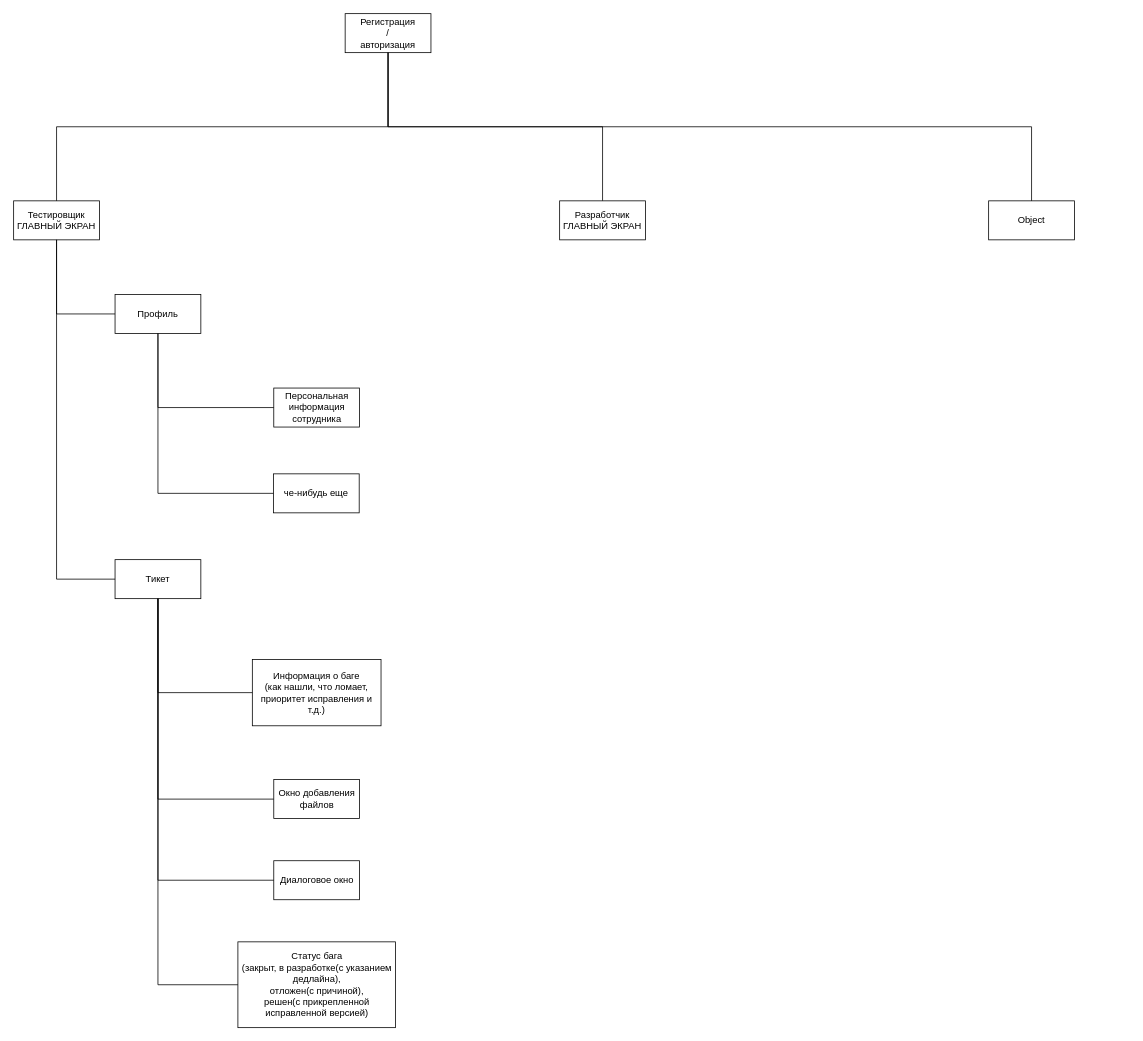
The draw.io diagram Варианты использования вер.3.drawio in PrinceOfRaven/Bag-report-system, before the edit. Source tidied: cells renumbered, new cells numbered last; positions are measured from the earlier drawing's top-left corner, leaving out a move shared by most shapes. Both pictures are drawn from the tidied source at 78%, with x=0, y=0 at pixel (13, 13).
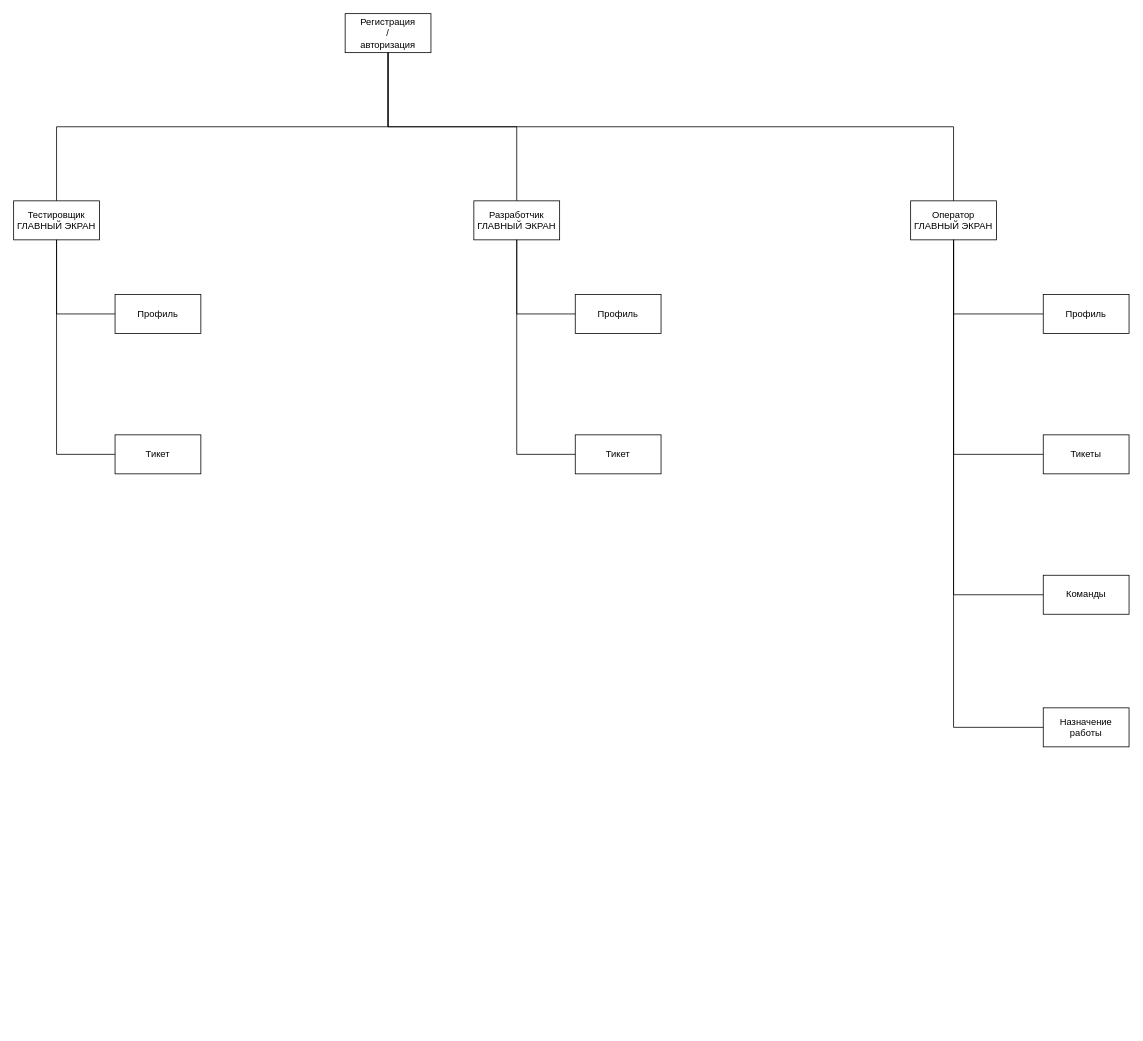
The same page after the edit.

Commit message:
Варианты использования вер.2

The change refers to these unchanged cells:
```xml
<mxCell id="9" value="Профиль" style="html=1;whiteSpace=wrap;" parent="1" vertex="1">
  <mxGeometry x="130" y="360" width="110" height="50" as="geometry" />
</mxCell>
```

The edit, as a diff of the source:
```diff
@@
     <mxCell id="5" value="Разработчик&lt;br&gt;ГЛАВНЫЙ ЭКРАН" style="html=1;whiteSpace=wrap;" parent="1" vertex="1">
-      <mxGeometry x="700" y="240" width="110" height="50" as="geometry" />
+      <mxGeometry x="590" y="240" width="110" height="50" as="geometry" />
     </mxCell>
-    <mxCell id="6" value="Object" style="html=1;whiteSpace=wrap;" parent="1" vertex="1">
-      <mxGeometry x="1250" y="240" width="110" height="50" as="geometry" />
+    <mxCell id="6" value="Оператор&lt;br&gt;ГЛАВНЫЙ ЭКРАН" style="html=1;whiteSpace=wrap;" parent="1" vertex="1">
+      <mxGeometry x="1150" y="240" width="110" height="50" as="geometry" />
     </mxCell>
@@
     <mxCell id="10" value="Тикет" style="html=1;whiteSpace=wrap;" parent="1" vertex="1">
-      <mxGeometry x="130" y="700" width="110" height="50" as="geometry" />
+      <mxGeometry x="130" y="540" width="110" height="50" as="geometry" />
     </mxCell>
@@
-    <mxCell id="13" value="Информация о баге&lt;br&gt;(как нашли, что ломает, приоритет исправления и т.д.)" style="html=1;whiteSpace=wrap;" parent="1" vertex="1">
-      <mxGeometry x="306" y="828" width="165" height="85" as="geometry" />
-    </mxCell>
-    <mxCell id="14" value="Окно добавления файлов" style="html=1;whiteSpace=wrap;" parent="1" vertex="1">
-      <mxGeometry x="333.5" y="982" width="110" height="50" as="geometry" />
-    </mxCell>
-    <mxCell id="15" style="endArrow=none;html=1;rounded=0;entryX=0.5;entryY=1;entryDx=0;entryDy=0;exitX=0;exitY=0.5;exitDx=0;exitDy=0;edgeStyle=orthogonalEdgeStyle;" parent="1" edge="1" source="14" target="10">
-      <mxGeometry relative="1" as="geometry" />
-    </mxCell>
-    <mxCell id="16" style="endArrow=none;html=1;rounded=0;entryX=0.5;entryY=1;entryDx=0;entryDy=0;exitX=0;exitY=0.5;exitDx=0;exitDy=0;edgeStyle=orthogonalEdgeStyle;" parent="1" edge="1" source="13" target="10">
-      <mxGeometry relative="1" as="geometry" />
-    </mxCell>
-    <mxCell id="17" value="Диалоговое окно" style="html=1;whiteSpace=wrap;" parent="1" vertex="1">
-      <mxGeometry x="333.5" y="1086" width="110" height="50" as="geometry" />
-    </mxCell>
-    <mxCell id="18" style="endArrow=none;html=1;rounded=0;entryX=0.5;entryY=1;entryDx=0;entryDy=0;exitX=0;exitY=0.5;exitDx=0;exitDy=0;edgeStyle=orthogonalEdgeStyle;" parent="1" edge="1" source="17" target="10">
-      <mxGeometry relative="1" as="geometry" />
-    </mxCell>
-    <mxCell id="19" value="Статус бага&lt;div&gt;(закрыт, в разработке(с указанием дедлайна),&lt;br&gt;отложен(с причиной),&lt;br&gt;решен(с прикрепленной исправленной версией)&lt;/div&gt;" style="html=1;whiteSpace=wrap;" parent="1" vertex="1">
-      <mxGeometry x="287.5" y="1190" width="202" height="110" as="geometry" />
-    </mxCell>
-    <mxCell id="20" style="endArrow=none;html=1;rounded=0;entryX=0.5;entryY=1;entryDx=0;entryDy=0;exitX=0;exitY=0.5;exitDx=0;exitDy=0;edgeStyle=orthogonalEdgeStyle;" parent="1" edge="1" source="19" target="10">
-      <mxGeometry relative="1" as="geometry" />
-    </mxCell>
-    <mxCell id="21" value="Персональная информация сотрудника" style="html=1;whiteSpace=wrap;" parent="1" vertex="1">
-      <mxGeometry x="333.5" y="480" width="110" height="50" as="geometry" />
-    </mxCell>
-    <mxCell id="22" style="endArrow=none;html=1;rounded=0;entryX=0.5;entryY=1;entryDx=0;entryDy=0;exitX=0;exitY=0.5;exitDx=0;exitDy=0;edgeStyle=orthogonalEdgeStyle;" parent="1" edge="1" source="21" target="9">
-      <mxGeometry relative="1" as="geometry" />
-    </mxCell>
-    <mxCell id="23" value="че-нибудь еще" style="html=1;whiteSpace=wrap;" parent="1" vertex="1">
-      <mxGeometry x="333" y="590" width="110" height="50" as="geometry" />
-    </mxCell>
-    <mxCell id="24" style="endArrow=none;html=1;rounded=0;entryX=0.5;entryY=1;entryDx=0;entryDy=0;exitX=0;exitY=0.5;exitDx=0;exitDy=0;edgeStyle=orthogonalEdgeStyle;" parent="1" edge="1" source="23" target="9">
-      <mxGeometry relative="1" as="geometry" />
-    </mxCell>
+    <mxCell id="25" value="Профиль" style="html=1;whiteSpace=wrap;" parent="1" vertex="1">
+      <mxGeometry x="720" y="360" width="110" height="50" as="geometry" />
+    </mxCell>
+    <mxCell id="26" style="endArrow=none;html=1;rounded=0;entryX=0.5;entryY=1;entryDx=0;entryDy=0;exitX=0;exitY=0.5;exitDx=0;exitDy=0;edgeStyle=orthogonalEdgeStyle;" parent="1" edge="1" source="25" target="5">
+      <mxGeometry relative="1" as="geometry" />
+    </mxCell>
+    <mxCell id="27" value="Тикет" style="html=1;whiteSpace=wrap;" parent="1" vertex="1">
+      <mxGeometry x="720" y="540" width="110" height="50" as="geometry" />
+    </mxCell>
+    <mxCell id="28" style="endArrow=none;html=1;rounded=0;entryX=0.5;entryY=1;entryDx=0;entryDy=0;exitX=0;exitY=0.5;exitDx=0;exitDy=0;edgeStyle=orthogonalEdgeStyle;" parent="1" edge="1" source="27" target="5">
+      <mxGeometry relative="1" as="geometry" />
+    </mxCell>
+    <mxCell id="29" value="Профиль" style="html=1;whiteSpace=wrap;" parent="1" vertex="1">
+      <mxGeometry x="1320" y="360" width="110" height="50" as="geometry" />
+    </mxCell>
+    <mxCell id="30" value="Тикеты" style="html=1;whiteSpace=wrap;" parent="1" vertex="1">
+      <mxGeometry x="1320" y="540" width="110" height="50" as="geometry" />
+    </mxCell>
+    <mxCell id="31" value="Команды" style="html=1;whiteSpace=wrap;" parent="1" vertex="1">
+      <mxGeometry x="1320" y="720" width="110" height="50" as="geometry" />
+    </mxCell>
+    <mxCell id="32" value="Назначение работы" style="html=1;whiteSpace=wrap;" parent="1" vertex="1">
+      <mxGeometry x="1320" y="890" width="110" height="50" as="geometry" />
+    </mxCell>
+    <mxCell id="33" style="endArrow=none;html=1;rounded=0;entryX=0.5;entryY=1;entryDx=0;entryDy=0;exitX=0;exitY=0.5;exitDx=0;exitDy=0;edgeStyle=orthogonalEdgeStyle;" parent="1" edge="1" source="29" target="6">
+      <mxGeometry relative="1" as="geometry" />
+    </mxCell>
+    <mxCell id="34" style="endArrow=none;html=1;rounded=0;entryX=0.5;entryY=1;entryDx=0;entryDy=0;exitX=0;exitY=0.5;exitDx=0;exitDy=0;edgeStyle=orthogonalEdgeStyle;" parent="1" edge="1" source="31" target="6">
+      <mxGeometry relative="1" as="geometry" />
+    </mxCell>
+    <mxCell id="35" style="endArrow=none;html=1;rounded=0;entryX=0.5;entryY=1;entryDx=0;entryDy=0;exitX=0;exitY=0.5;exitDx=0;exitDy=0;edgeStyle=orthogonalEdgeStyle;" parent="1" edge="1" source="30" target="6">
+      <mxGeometry relative="1" as="geometry" />
+    </mxCell>
+    <mxCell id="36" style="endArrow=none;html=1;rounded=0;entryX=0.5;entryY=1;entryDx=0;entryDy=0;exitX=0;exitY=0.5;exitDx=0;exitDy=0;edgeStyle=orthogonalEdgeStyle;" parent="1" edge="1" source="32" target="6">
+      <mxGeometry relative="1" as="geometry" />
+    </mxCell>
```
